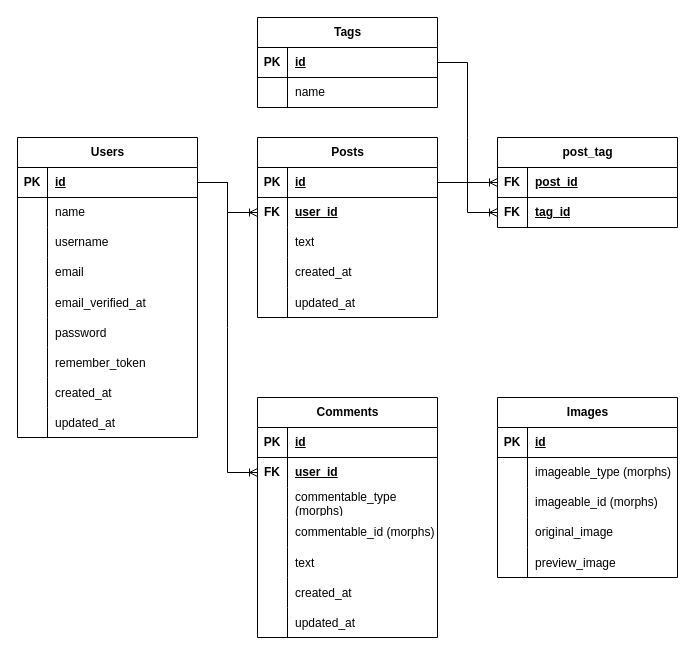
The draw.io diagram biru-posts.drawio in JorikDura/biru-posts, before the edit. Source tidied: cells renumbered, new cells numbered last; positions are measured from the earlier drawing's top-left corner, leaving out a move shared by most shapes. Both pictures are drawn from the tidied source at 100%, with x=0, y=0 at pixel (17, 17).
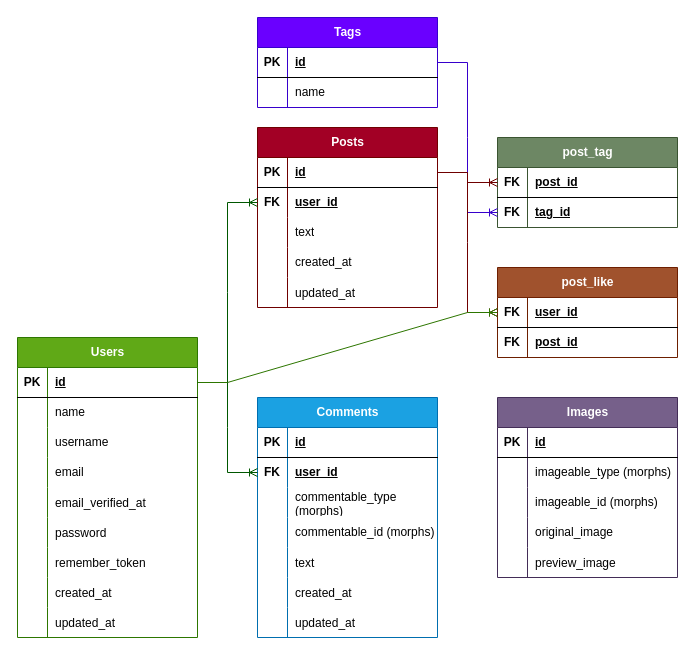
The same diagram, later.

Unchanged cells that the change refers to:
```xml
<mxCell id="3" style="shape=tableRow;horizontal=0;startSize=0;swimlaneHead=0;swimlaneBody=0;fillColor=none;points=[[0,0.5],[1,0.5]];portConstraint=eastwest;top=0;left=0;right=0;bottom=1;" parent="2" vertex="1">
  <mxGeometry y="30" width="180" height="30" as="geometry" />
</mxCell>
<mxCell id="31" style="shape=tableRow;horizontal=0;startSize=0;swimlaneHead=0;swimlaneBody=0;fillColor=none;points=[[0,0.5],[1,0.5]];portConstraint=eastwest;top=0;left=0;right=0;bottom=1;" parent="30" vertex="1">
  <mxGeometry y="30" width="180" height="30" as="geometry" />
</mxCell>
<mxCell id="38" style="shape=tableRow;horizontal=0;startSize=0;swimlaneHead=0;swimlaneBody=0;fillColor=none;points=[[0,0.5],[1,0.5]];portConstraint=eastwest;top=0;left=0;right=0;bottom=1;" parent="37" vertex="1">
  <mxGeometry y="30" width="180" height="30" as="geometry" />
</mxCell>
<mxCell id="41" style="shape=tableRow;horizontal=0;startSize=0;swimlaneHead=0;swimlaneBody=0;fillColor=none;points=[[0,0.5],[1,0.5]];portConstraint=eastwest;top=0;left=0;right=0;bottom=0;" parent="37" vertex="1">
  <mxGeometry y="60" width="180" height="30" as="geometry" />
</mxCell>
<mxCell id="55" style="shape=tableRow;horizontal=0;startSize=0;swimlaneHead=0;swimlaneBody=0;fillColor=none;points=[[0,0.5],[1,0.5]];portConstraint=eastwest;top=0;left=0;right=0;bottom=1;" parent="54" vertex="1">
  <mxGeometry y="30" width="180" height="30" as="geometry" />
</mxCell>
<mxCell id="58" style="shape=tableRow;horizontal=0;startSize=0;swimlaneHead=0;swimlaneBody=0;fillColor=none;points=[[0,0.5],[1,0.5]];portConstraint=eastwest;top=0;left=0;right=0;bottom=0;" parent="54" vertex="1">
  <mxGeometry y="60" width="180" height="30" as="geometry" />
</mxCell>
<mxCell id="83" style="shape=tableRow;horizontal=0;startSize=0;swimlaneHead=0;swimlaneBody=0;fillColor=none;points=[[0,0.5],[1,0.5]];portConstraint=eastwest;top=0;left=0;right=0;bottom=0;" parent="79" vertex="1">
  <mxGeometry y="60" width="180" height="30" as="geometry" />
</mxCell>
```

Diff of the diagram source:
```diff
@@
-    <mxCell id="2" value="Users" style="shape=table;startSize=30;childLayout=tableLayout;rowLines=0;fontStyle=1;align=center;html=1;" parent="1" vertex="1">
-      <mxGeometry y="120" width="180" height="300" as="geometry" />
+    <mxCell id="2" value="Users" style="shape=table;startSize=30;childLayout=tableLayout;rowLines=0;fontStyle=1;align=center;html=1;fillColor=#60a917;fontColor=#ffffff;strokeColor=#2D7600;" parent="1" vertex="1">
+      <mxGeometry y="320" width="180" height="300" as="geometry" />
     </mxCell>
@@
-    <mxCell id="30" value="Tags" style="shape=table;startSize=30;childLayout=tableLayout;rowLines=0;fontStyle=1;align=center;html=1;" parent="1" vertex="1">
+    <mxCell id="30" value="Tags" style="shape=table;startSize=30;childLayout=tableLayout;rowLines=0;fontStyle=1;align=center;html=1;fillColor=#6a00ff;fontColor=#ffffff;strokeColor=#3700CC;" parent="1" vertex="1">
       <mxGeometry x="240" width="180" height="90" as="geometry" />
     </mxCell>
@@
-    <mxCell id="37" value="Posts" style="shape=table;startSize=30;childLayout=tableLayout;rowLines=0;fontStyle=1;align=center;html=1;" parent="1" vertex="1">
-      <mxGeometry x="240" y="120" width="180" height="180" as="geometry" />
+    <mxCell id="37" value="Posts" style="shape=table;startSize=30;childLayout=tableLayout;rowLines=0;fontStyle=1;align=center;html=1;fillColor=#a20025;fontColor=#ffffff;strokeColor=#6F0000;" parent="1" vertex="1">
+      <mxGeometry x="240" y="110" width="180" height="180" as="geometry" />
     </mxCell>
@@
-    <mxCell id="53" style="edgeStyle=entityRelationEdgeStyle;fontSize=12;html=1;endArrow=ERoneToMany;rounded=0;exitX=1;exitY=0.5;exitDx=0;exitDy=0;entryX=0;entryY=0.5;entryDx=0;entryDy=0;" parent="1" edge="1" source="3" target="41">
+    <mxCell id="53" style="edgeStyle=entityRelationEdgeStyle;fontSize=12;html=1;endArrow=ERoneToMany;rounded=0;exitX=1;exitY=0.5;exitDx=0;exitDy=0;entryX=0;entryY=0.5;entryDx=0;entryDy=0;fillColor=#008a00;strokeColor=#005700;" parent="1" edge="1" source="3" target="41">
       <mxGeometry relative="1" as="geometry" />
     </mxCell>
-    <mxCell id="54" value="post_tag" style="shape=table;startSize=30;childLayout=tableLayout;rowLines=0;fontStyle=1;align=center;html=1;" parent="1" vertex="1">
+    <mxCell id="54" value="post_tag" style="shape=table;startSize=30;childLayout=tableLayout;rowLines=0;fontStyle=1;align=center;html=1;fillColor=#6d8764;fontColor=#ffffff;strokeColor=#3A5431;" parent="1" vertex="1">
       <mxGeometry x="480" y="120" width="180" height="90" as="geometry" />
     </mxCell>
@@
-    <mxCell id="61" style="edgeStyle=entityRelationEdgeStyle;fontSize=12;html=1;endArrow=ERoneToMany;rounded=0;exitX=1;exitY=0.5;exitDx=0;exitDy=0;entryX=0;entryY=0.5;entryDx=0;entryDy=0;" parent="1" edge="1" source="38" target="55">
+    <mxCell id="61" style="edgeStyle=entityRelationEdgeStyle;fontSize=12;html=1;endArrow=ERoneToMany;rounded=0;exitX=1;exitY=0.5;exitDx=0;exitDy=0;entryX=0;entryY=0.5;entryDx=0;entryDy=0;fillColor=#a20025;strokeColor=#6F0000;" parent="1" edge="1" source="38" target="55">
       <mxGeometry relative="1" as="geometry" />
     </mxCell>
-    <mxCell id="62" style="edgeStyle=entityRelationEdgeStyle;fontSize=12;html=1;endArrow=ERoneToMany;rounded=0;exitX=1;exitY=0.5;exitDx=0;exitDy=0;entryX=0;entryY=0.5;entryDx=0;entryDy=0;" parent="1" edge="1" source="31" target="58">
+    <mxCell id="62" style="edgeStyle=entityRelationEdgeStyle;fontSize=12;html=1;endArrow=ERoneToMany;rounded=0;exitX=1;exitY=0.5;exitDx=0;exitDy=0;entryX=0;entryY=0.5;entryDx=0;entryDy=0;fillColor=#6a00ff;strokeColor=#3700CC;" parent="1" edge="1" source="31" target="58">
       <mxGeometry relative="1" as="geometry" />
     </mxCell>
-    <mxCell id="63" value="Images" style="shape=table;startSize=30;childLayout=tableLayout;rowLines=0;fontStyle=1;align=center;html=1;" parent="1" vertex="1">
+    <mxCell id="63" value="Images" style="shape=table;startSize=30;childLayout=tableLayout;rowLines=0;fontStyle=1;align=center;html=1;fillColor=#76608a;fontColor=#ffffff;strokeColor=#432D57;" parent="1" vertex="1">
       <mxGeometry x="480" y="380" width="180" height="180" as="geometry" />
     </mxCell>
@@
-    <mxCell id="79" value="Comments" style="shape=table;startSize=30;childLayout=tableLayout;rowLines=0;fontStyle=1;align=center;html=1;" parent="1" vertex="1">
+    <mxCell id="79" value="Comments" style="shape=table;startSize=30;childLayout=tableLayout;rowLines=0;fontStyle=1;align=center;html=1;fillColor=#1ba1e2;strokeColor=#006EAF;fontColor=#ffffff;" parent="1" vertex="1">
       <mxGeometry x="240" y="380" width="180" height="240" as="geometry" />
     </mxCell>
@@
-    <mxCell id="101" style="edgeStyle=entityRelationEdgeStyle;fontSize=12;html=1;endArrow=ERoneToMany;rounded=0;exitX=1;exitY=0.5;exitDx=0;exitDy=0;entryX=0;entryY=0.5;entryDx=0;entryDy=0;" parent="1" edge="1" source="3" target="83">
+    <mxCell id="101" style="edgeStyle=entityRelationEdgeStyle;fontSize=12;html=1;endArrow=ERoneToMany;rounded=0;exitX=1;exitY=0.5;exitDx=0;exitDy=0;entryX=0;entryY=0.5;entryDx=0;entryDy=0;fillColor=#008a00;strokeColor=#005700;" parent="1" edge="1" source="3" target="83">
       <mxGeometry relative="1" as="geometry" />
     </mxCell>
+    <mxCell id="102" value="post_like" style="shape=table;startSize=30;childLayout=tableLayout;rowLines=0;fontStyle=1;align=center;html=1;fillColor=#a0522d;fontColor=#ffffff;strokeColor=#6D1F00;" parent="1" vertex="1">
+      <mxGeometry x="480" y="250" width="180" height="90" as="geometry" />
+    </mxCell>
+    <mxCell id="103" style="shape=tableRow;horizontal=0;startSize=0;swimlaneHead=0;swimlaneBody=0;fillColor=none;points=[[0,0.5],[1,0.5]];portConstraint=eastwest;top=0;left=0;right=0;bottom=1;" parent="102" vertex="1">
+      <mxGeometry y="30" width="180" height="30" as="geometry" />
+    </mxCell>
+    <mxCell id="104" value="FK" style="shape=partialRectangle;fillColor=none;top=0;left=0;bottom=0;right=0;fontStyle=1;overflow=hidden;whiteSpace=wrap;html=1;" parent="103" vertex="1">
+      <mxGeometry width="30" height="30" as="geometry" />
+    </mxCell>
+    <mxCell id="105" value="user_id" style="shape=partialRectangle;fillColor=none;top=0;left=0;bottom=0;right=0;align=left;spacingLeft=6;fontStyle=5;overflow=hidden;whiteSpace=wrap;html=1;" parent="103" vertex="1">
+      <mxGeometry x="30" width="150" height="30" as="geometry" />
+    </mxCell>
+    <mxCell id="106" style="shape=tableRow;horizontal=0;startSize=0;swimlaneHead=0;swimlaneBody=0;fillColor=none;top=0;left=0;right=0;bottom=0;" parent="102" vertex="1">
+      <mxGeometry y="60" width="180" height="30" as="geometry" />
+    </mxCell>
+    <mxCell id="107" value="&lt;b&gt;FK&lt;/b&gt;" style="shape=partialRectangle;fillColor=none;top=0;left=0;bottom=0;right=0;overflow=hidden;whiteSpace=wrap;html=1;" parent="106" vertex="1">
+      <mxGeometry width="30" height="30" as="geometry" />
+    </mxCell>
+    <mxCell id="108" value="&lt;b&gt;&lt;u&gt;post_id&lt;/u&gt;&lt;/b&gt;" style="shape=partialRectangle;fillColor=none;top=0;left=0;bottom=0;right=0;align=left;spacingLeft=6;overflow=hidden;whiteSpace=wrap;html=1;" parent="106" vertex="1">
+      <mxGeometry x="30" width="150" height="30" as="geometry" />
+    </mxCell>
+    <mxCell id="109" style="edgeStyle=entityRelationEdgeStyle;fontSize=12;html=1;endArrow=ERoneToMany;rounded=0;exitX=1;exitY=0.5;exitDx=0;exitDy=0;entryX=0;entryY=0.5;entryDx=0;entryDy=0;fillColor=#a20025;strokeColor=#6F0000;" parent="1" edge="1" source="38" target="103">
+      <mxGeometry relative="1" as="geometry" />
+    </mxCell>
+    <mxCell id="110" style="edgeStyle=entityRelationEdgeStyle;fontSize=12;html=1;endArrow=ERoneToMany;rounded=0;exitX=1;exitY=0.5;exitDx=0;exitDy=0;entryX=0;entryY=0.5;entryDx=0;entryDy=0;fillColor=#60a917;strokeColor=#2D7600;" parent="1" edge="1" source="3" target="103">
+      <mxGeometry relative="1" as="geometry">
+        <Array as="points">
+          <mxPoint x="310" y="335" />
+          <mxPoint x="330" y="345" />
+          <mxPoint x="390" y="270" />
+          <mxPoint x="460" y="330" />
+          <mxPoint x="280" y="335" />
+        </Array>
+      </mxGeometry>
+    </mxCell>
```
